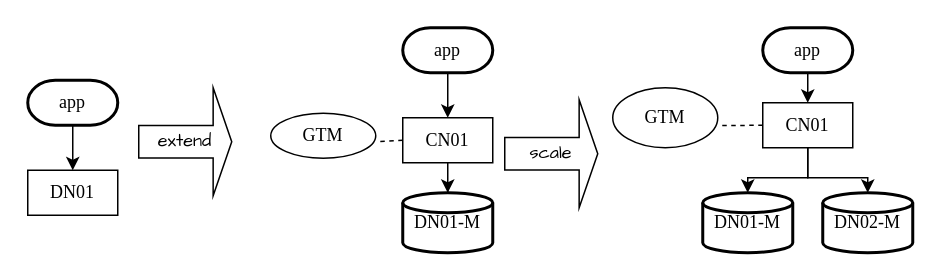
hnusttyj530/blog keeps this draw.io diagram as pic/集中式分布式1.drawio. Above is the earlier version. Source tidied: cells renumbered, new cells numbered last; positions are measured from the earlier drawing's top-left corner, leaving out a move shared by most shapes. Both pictures are drawn from the tidied source at 150%, with x=0, y=0 at pixel (27, 27).
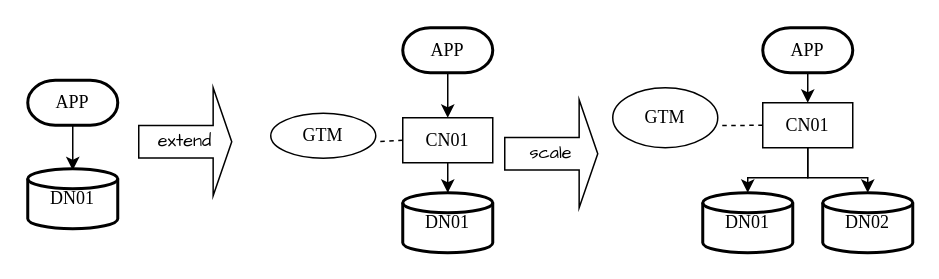
The same diagram, later.

Commit message:
更新集中式分布式1.drawio

Change to the diagram source:
```diff
@@
-    <mxCell id="2" value="DN01-M" style="strokeWidth=2;html=1;shape=mxgraph.flowchart.database;whiteSpace=wrap;hachureGap=4;fontFamily=Times New Roman;flipH=1;" parent="1" vertex="1">
+    <mxCell id="2" value="DN01" style="strokeWidth=2;html=1;shape=mxgraph.flowchart.database;whiteSpace=wrap;hachureGap=4;fontFamily=Times New Roman;flipH=1;" parent="1" vertex="1">
       <mxGeometry x="250" y="110" width="60" height="40" as="geometry" />
     </mxCell>
@@
-    <mxCell id="5" value="DN01-M" style="strokeWidth=2;html=1;shape=mxgraph.flowchart.database;whiteSpace=wrap;hachureGap=4;fontFamily=Times New Roman;flipH=1;" parent="1" vertex="1">
+    <mxCell id="5" value="DN01" style="strokeWidth=2;html=1;shape=mxgraph.flowchart.database;whiteSpace=wrap;hachureGap=4;fontFamily=Times New Roman;flipH=1;" parent="1" vertex="1">
       <mxGeometry x="450" y="110" width="60" height="40" as="geometry" />
     </mxCell>
@@
-    <mxCell id="8" value="DN02-M" style="strokeWidth=2;html=1;shape=mxgraph.flowchart.database;whiteSpace=wrap;hachureGap=4;fontFamily=Times New Roman;flipH=1;" parent="1" vertex="1">
+    <mxCell id="8" value="DN02" style="strokeWidth=2;html=1;shape=mxgraph.flowchart.database;whiteSpace=wrap;hachureGap=4;fontFamily=Times New Roman;flipH=1;" parent="1" vertex="1">
       <mxGeometry x="530" y="110" width="60" height="40" as="geometry" />
     </mxCell>
@@
-    <mxCell id="11" value="app" style="strokeWidth=2;html=1;shape=mxgraph.flowchart.terminator;whiteSpace=wrap;hachureGap=4;fontFamily=Times New Roman;flipH=1;" parent="1" vertex="1">
+    <mxCell id="11" value="APP" style="strokeWidth=2;html=1;shape=mxgraph.flowchart.terminator;whiteSpace=wrap;hachureGap=4;fontFamily=Times New Roman;flipH=1;" parent="1" vertex="1">
       <mxGeometry x="250" width="60" height="30" as="geometry" />
     </mxCell>
@@
-    <mxCell id="13" value="app" style="strokeWidth=2;html=1;shape=mxgraph.flowchart.terminator;whiteSpace=wrap;hachureGap=4;fontFamily=Times New Roman;flipH=1;" parent="1" vertex="1">
+    <mxCell id="13" value="APP" style="strokeWidth=2;html=1;shape=mxgraph.flowchart.terminator;whiteSpace=wrap;hachureGap=4;fontFamily=Times New Roman;flipH=1;" parent="1" vertex="1">
       <mxGeometry x="490" width="60" height="30" as="geometry" />
     </mxCell>
@@
-    <mxCell id="18" value="DN01" style="rounded=0;whiteSpace=wrap;html=1;hachureGap=4;fontFamily=Times New Roman;flipH=1;" parent="1" vertex="1">
-      <mxGeometry y="95" width="60" height="30" as="geometry" />
-    </mxCell>
-    <mxCell id="19" style="edgeStyle=orthogonalEdgeStyle;rounded=0;hachureGap=4;jettySize=auto;html=1;exitX=0.5;exitY=1;exitDx=0;exitDy=0;exitPerimeter=0;entryX=0.5;entryY=0;entryDx=0;entryDy=0;fontFamily=Architects Daughter;" parent="1" edge="1" source="20" target="18">
-      <mxGeometry relative="1" as="geometry" />
+    <mxCell id="19" style="edgeStyle=orthogonalEdgeStyle;rounded=0;hachureGap=4;jettySize=auto;html=1;exitX=0.5;exitY=1;exitDx=0;exitDy=0;exitPerimeter=0;entryX=0.5;entryY=0;entryDx=0;entryDy=0;fontFamily=Architects Daughter;" parent="1" edge="1" source="20">
+      <mxGeometry relative="1" as="geometry">
+        <mxPoint x="30" y="95" as="targetPoint" />
+      </mxGeometry>
     </mxCell>
-    <mxCell id="20" value="app" style="strokeWidth=2;html=1;shape=mxgraph.flowchart.terminator;whiteSpace=wrap;hachureGap=4;fontFamily=Times New Roman;flipH=1;strokeColor=default;" parent="1" vertex="1">
+    <mxCell id="20" value="APP" style="strokeWidth=2;html=1;shape=mxgraph.flowchart.terminator;whiteSpace=wrap;hachureGap=4;fontFamily=Times New Roman;flipH=1;strokeColor=default;" parent="1" vertex="1">
       <mxGeometry y="35" width="60" height="30" as="geometry" />
     </mxCell>
@@
+    <mxCell id="18" value="DN01" style="strokeWidth=2;html=1;shape=mxgraph.flowchart.database;whiteSpace=wrap;hachureGap=4;fontFamily=Times New Roman;flipH=1;" parent="1" vertex="1">
+      <mxGeometry y="94" width="60" height="40" as="geometry" />
+    </mxCell>
```
